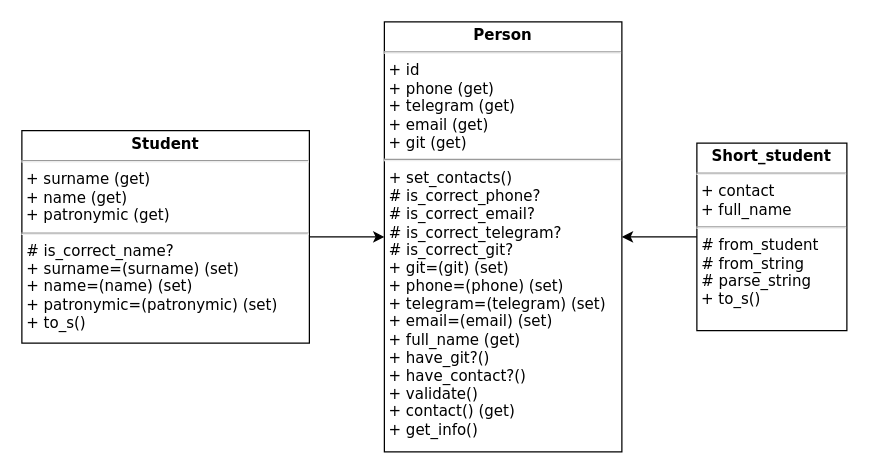
Before: Студенты/Диаграмма_классов.drawio in drpnmr/DesignPatterns, a draw.io diagram. Source tidied: cells renumbered, new cells numbered last; positions are measured from the earlier drawing's top-left corner, leaving out a move shared by most shapes. Both pictures are drawn from the tidied source at 125%, with x=0, y=0 at pixel (21, 21).
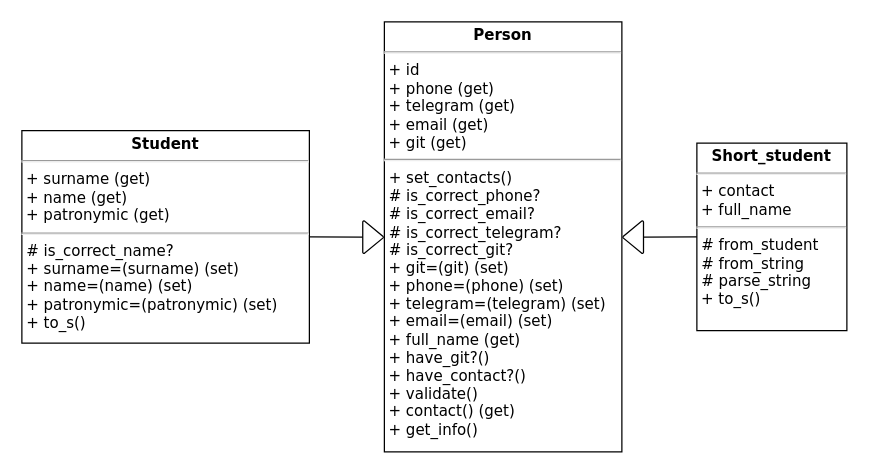
Above is the later version.

Commit message:
ЛР2, задание 2.6.Исправила диаграмму классов

What changed in the source:
```diff
@@
 <mxGraphModel>
   <root>
     <mxCell id="0" />
     <mxCell id="1" parent="0" />
     <mxCell id="2" value="&lt;p style=&quot;margin: 4px 0px 0px; text-align: center;&quot;&gt;&lt;b style=&quot;&quot;&gt;&lt;font style=&quot;font-size: 12px;&quot;&gt;Person&lt;/font&gt;&lt;/b&gt;&lt;/p&gt;&lt;hr style=&quot;&quot;&gt;&lt;div style=&quot;border-color: var(--border-color);&quot;&gt;&lt;font style=&quot;border-color: var(--border-color); font-size: 12px;&quot;&gt;&amp;nbsp;+ id&lt;/font&gt;&lt;/div&gt;&lt;div style=&quot;border-color: var(--border-color);&quot;&gt;&lt;font style=&quot;font-size: 12px;&quot;&gt;&amp;nbsp;+ phone (get)&lt;/font&gt;&lt;/div&gt;&lt;div style=&quot;border-color: var(--border-color);&quot;&gt;&lt;font style=&quot;font-size: 12px;&quot;&gt;&amp;nbsp;+ telegram (get)&lt;/font&gt;&lt;/div&gt;&lt;div style=&quot;border-color: var(--border-color);&quot;&gt;&lt;font style=&quot;font-size: 12px;&quot;&gt;&amp;nbsp;+ email (get)&lt;/font&gt;&lt;/div&gt;&lt;div style=&quot;border-color: var(--border-color);&quot;&gt;&lt;font style=&quot;font-size: 12px;&quot;&gt;&amp;nbsp;+ git (get)&lt;br&gt;&lt;/font&gt;&lt;/div&gt;&lt;hr style=&quot;&quot;&gt;&lt;p style=&quot;margin: 0px 0px 0px 4px;&quot;&gt;&lt;font style=&quot;font-size: 12px;&quot;&gt;+ set_contacts()&lt;/font&gt;&lt;/p&gt;&lt;p style=&quot;margin: 0px 0px 0px 4px;&quot;&gt;# is_correct_phone?&lt;/p&gt;&lt;p style=&quot;margin: 0px 0px 0px 4px;&quot;&gt;# is_correct_email?&lt;br&gt;&lt;/p&gt;&lt;p style=&quot;margin: 0px 0px 0px 4px;&quot;&gt;# is_correct_telegram?&lt;br&gt;&lt;/p&gt;&lt;p style=&quot;margin: 0px 0px 0px 4px;&quot;&gt;# is_correct_git?&lt;/p&gt;&lt;font style=&quot;font-size: 12px;&quot;&gt;&amp;nbsp;+ git=(git) (set)&lt;br&gt;&amp;nbsp;+ phone=(phone) (set)&lt;br&gt;&amp;nbsp;+ telegram=(telegram) (set)&lt;br&gt;&amp;nbsp;+&amp;nbsp;email=(email) (set)&lt;br style=&quot;&quot;&gt;&lt;font color=&quot;#ff9e0d&quot;&gt;&amp;nbsp;&lt;/font&gt;+ full_name (get)&lt;/font&gt;&lt;div&gt;&lt;font style=&quot;font-size: 12px;&quot;&gt;&amp;nbsp;+&amp;nbsp;have_git?()&lt;/font&gt;&lt;/div&gt;&lt;div&gt;&lt;font style=&quot;font-size: 12px;&quot;&gt;&amp;nbsp;+&amp;nbsp;have_contact?()&lt;br style=&quot;&quot;&gt;&amp;nbsp;+&amp;nbsp;validate()&lt;br style=&quot;&quot;&gt;&amp;nbsp;+ contact() (get)&lt;br style=&quot;&quot;&gt;&lt;span class=&quot;Apple-converted-space&quot; style=&quot;background-color: initial;&quot;&gt;&amp;nbsp;+ get_info()&lt;span style=&quot;background-color: initial;&quot;&gt;&lt;br&gt;&lt;/span&gt;&lt;/span&gt;&lt;br&gt;&lt;br&gt;&lt;span class=&quot;Apple-converted-space&quot; style=&quot;background-color: initial;&quot;&gt;&amp;nbsp;&lt;/span&gt;&lt;/font&gt;&lt;/div&gt;" style="verticalAlign=top;align=left;overflow=fill;fontSize=12;fontFamily=Verdana;html=1;whiteSpace=wrap;spacingLeft=1;spacing=0;spacingTop=0;" parent="1" vertex="1">
       <mxGeometry x="290" width="190" height="344" as="geometry" />
     </mxCell>
-    <mxCell id="3" style="edgeStyle=orthogonalEdgeStyle;rounded=0;jettySize=auto;html=1;entryX=0;entryY=0.5;entryDx=0;entryDy=0;fontFamily=Verdana;" parent="1" edge="1" source="4" target="2">
-      <mxGeometry relative="1" as="geometry" />
-    </mxCell>
     <mxCell id="4" value="&lt;p style=&quot;margin: 4px 0px 0px; text-align: center; font-size: 12px;&quot;&gt;&lt;b style=&quot;font-size: 12px;&quot;&gt;&lt;font style=&quot;font-size: 12px;&quot;&gt;Student&lt;/font&gt;&lt;/b&gt;&lt;/p&gt;&lt;hr style=&quot;font-size: 12px;&quot;&gt;&lt;div style=&quot;border-color: var(--border-color); font-size: 12px;&quot;&gt;&lt;font style=&quot;border-color: var(--border-color); font-size: 12px;&quot;&gt;&amp;nbsp;+ surname (get)&lt;br style=&quot;font-size: 12px;&quot;&gt;&lt;/font&gt;&lt;/div&gt;&lt;div style=&quot;border-color: var(--border-color); font-size: 12px;&quot;&gt;&lt;font style=&quot;border-color: var(--border-color); font-size: 12px;&quot;&gt;&amp;nbsp;+ name (get)&lt;/font&gt;&lt;/div&gt;&lt;div style=&quot;border-color: var(--border-color); font-size: 12px;&quot;&gt;&lt;font style=&quot;border-color: var(--border-color); font-size: 12px;&quot;&gt;&amp;nbsp;+ patronymic (get)&lt;/font&gt;&lt;/div&gt;&lt;hr style=&quot;font-size: 12px;&quot;&gt;&lt;p style=&quot;margin: 0px 0px 0px 4px; font-size: 12px;&quot;&gt;&lt;font style=&quot;background-color: initial;&quot;&gt;&lt;span style=&quot;background-color: initial;&quot;&gt;# is_correct_name?&lt;/span&gt;&lt;/font&gt;&lt;/p&gt;&lt;p style=&quot;margin: 0px 0px 0px 4px; font-size: 12px;&quot;&gt;&lt;font style=&quot;background-color: initial;&quot;&gt;+ surname=(surname) (set)&lt;span style=&quot;background-color: initial;&quot;&gt;&lt;br&gt;&lt;/span&gt;&lt;/font&gt;&lt;/p&gt;&lt;p style=&quot;margin: 0px 0px 0px 4px; font-size: 12px;&quot;&gt;&lt;font style=&quot;background-color: initial;&quot;&gt;+ name=(name)&amp;nbsp;&lt;span style=&quot;background-color: initial;&quot;&gt;(set)&lt;/span&gt;&lt;br&gt;&lt;/font&gt;&lt;/p&gt;&lt;p style=&quot;margin: 0px 0px 0px 4px; font-size: 12px;&quot;&gt;&lt;font style=&quot;background-color: initial;&quot;&gt;+ patronymic=(patronymic)&amp;nbsp;&lt;span style=&quot;background-color: initial;&quot;&gt;(set)&lt;/span&gt;&lt;br&gt;&lt;/font&gt;&lt;/p&gt;&lt;p style=&quot;margin: 0px 0px 0px 4px; font-size: 12px;&quot;&gt;&lt;font style=&quot;background-color: initial;&quot;&gt;+ t&lt;/font&gt;&lt;span style=&quot;background-color: initial;&quot;&gt;o_s()&lt;/span&gt;&lt;br&gt;&lt;/p&gt;&lt;font style=&quot;font-size: 12px;&quot;&gt;&lt;br style=&quot;font-size: 12px;&quot;&gt;&lt;span class=&quot;Apple-converted-space&quot; style=&quot;background-color: initial; font-size: 12px;&quot;&gt;&amp;nbsp;&lt;/span&gt;&lt;/font&gt;" style="verticalAlign=top;align=left;overflow=fill;fontSize=12;fontFamily=Verdana;html=1;whiteSpace=wrap;spacingLeft=1;spacing=0;spacingTop=0;" parent="1" vertex="1">
       <mxGeometry y="87" width="230" height="170" as="geometry" />
     </mxCell>
-    <mxCell id="5" style="edgeStyle=orthogonalEdgeStyle;rounded=0;jettySize=auto;html=1;entryX=1;entryY=0.5;entryDx=0;entryDy=0;fontFamily=Verdana;" parent="1" edge="1" source="6" target="2">
-      <mxGeometry relative="1" as="geometry" />
-    </mxCell>
     <mxCell id="6" value="&lt;p style=&quot;margin: 4px 0px 0px; text-align: center;&quot;&gt;&lt;b style=&quot;&quot;&gt;&lt;font style=&quot;font-size: 12px;&quot;&gt;Short_student&lt;/font&gt;&lt;/b&gt;&lt;/p&gt;&lt;hr style=&quot;&quot;&gt;&lt;div style=&quot;border-color: var(--border-color);&quot;&gt;&lt;font style=&quot;font-size: 12px;&quot;&gt;&lt;span style=&quot;background-color: initial;&quot;&gt;&lt;font style=&quot;&quot;&gt;&amp;nbsp;&lt;/font&gt;+&amp;nbsp;contact&lt;/span&gt;&lt;/font&gt;&lt;/div&gt;&lt;div style=&quot;border-color: var(--border-color);&quot;&gt;&amp;nbsp;+&amp;nbsp;full_name&lt;font style=&quot;font-size: 12px;&quot; color=&quot;#ff2119&quot;&gt;&lt;span style=&quot;background-color: initial;&quot;&gt;&lt;br&gt;&lt;/span&gt;&lt;/font&gt;&lt;/div&gt;&lt;hr style=&quot;&quot;&gt;&lt;p style=&quot;margin: 0px 0px 0px 4px;&quot;&gt;# from_student&lt;br&gt;&lt;/p&gt;&lt;p style=&quot;margin: 0px 0px 0px 4px;&quot;&gt;# from_string&lt;br&gt;&lt;/p&gt;&lt;p style=&quot;margin: 0px 0px 0px 4px;&quot;&gt;# parse_string&lt;/p&gt;&lt;div&gt;&lt;font style=&quot;font-size: 12px;&quot;&gt;&amp;nbsp;+&amp;nbsp;to_s()&lt;br&gt;&lt;br&gt;&lt;span class=&quot;Apple-converted-space&quot; style=&quot;background-color: initial;&quot;&gt;&amp;nbsp;&lt;/span&gt;&lt;/font&gt;&lt;/div&gt;" style="verticalAlign=top;align=left;overflow=fill;fontSize=12;fontFamily=Verdana;html=1;whiteSpace=wrap;spacingLeft=1;spacing=0;spacingTop=0;" parent="1" vertex="1">
       <mxGeometry x="540" y="97" width="120" height="150" as="geometry" />
     </mxCell>
+    <mxCell id="7" style="strokeWidth=1;html=1;shape=mxgraph.flowchart.extract_or_measurement;whiteSpace=wrap;rotation=-90;" parent="1" vertex="1">
+      <mxGeometry x="476" y="164" width="26.1" height="16.5" as="geometry" />
+    </mxCell>
+    <mxCell id="8" style="strokeWidth=1;html=1;shape=mxgraph.flowchart.extract_or_measurement;whiteSpace=wrap;rotation=-90;direction=west;" parent="1" vertex="1">
+      <mxGeometry x="267.9" y="164" width="26.1" height="16.5" as="geometry" />
+    </mxCell>
+    <mxCell id="9" style="endArrow=none;html=1;rounded=0;entryX=1;entryY=0.5;entryDx=0;entryDy=0;exitX=0.5;exitY=1;exitDx=0;exitDy=0;exitPerimeter=0;" parent="1" edge="1" source="8" target="4">
+      <mxGeometry relative="1" as="geometry" />
+    </mxCell>
+    <mxCell id="10" style="endArrow=none;html=1;rounded=0;entryX=0.5;entryY=1;entryDx=0;entryDy=0;exitX=0;exitY=0.5;exitDx=0;exitDy=0;entryPerimeter=0;" parent="1" edge="1" source="6" target="7">
+      <mxGeometry relative="1" as="geometry" />
+    </mxCell>
   </root>
 </mxGraphModel>
```
